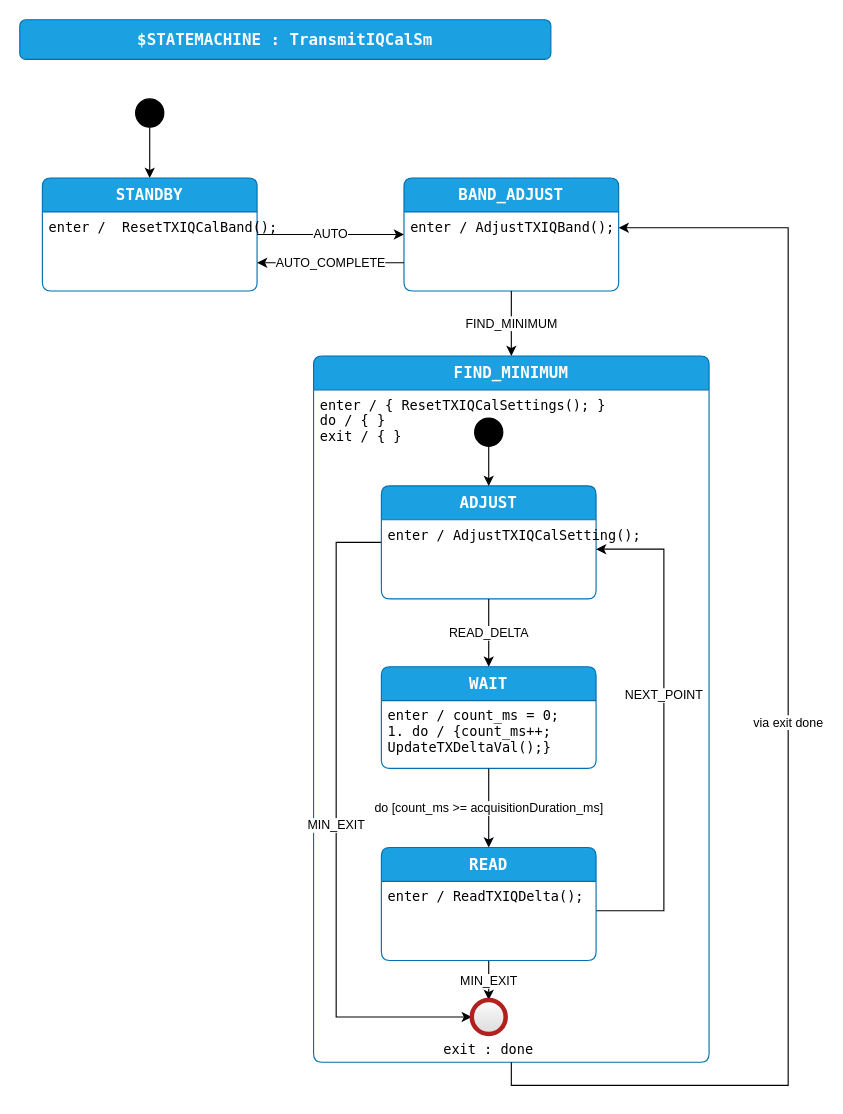
The draw.io diagram page "design" (1 of 3) of code/src/PhoenixSketch/TransmitIQCalSm.drawio in KI3P/Phoenix, before the edit. Source tidied: cells renumbered, new cells numbered last; positions are measured from the earlier drawing's top-left corner, leaving out a move shared by most shapes. Both pictures are drawn from the tidied source at 113%, with x=0, y=0 at pixel (19, 19).
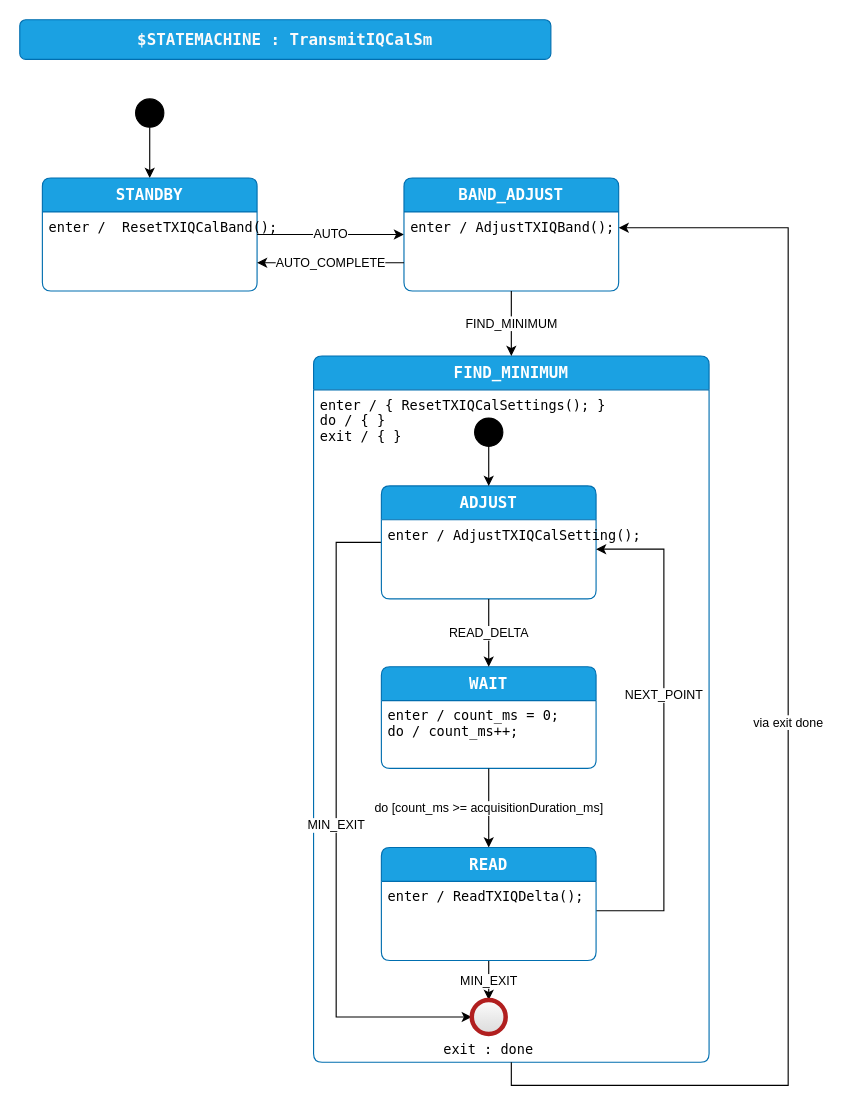
Above is the later version.

Unchanged cells that the change refers to:
```xml
<mxCell id="10" value="WAIT" style="shape=swimlane;align=center;verticalAlign=top;fontFamily=Lucida Console;startSize=30;fontSize=14;fontStyle=1;fontColor=#ffffff;fillColor=#1ba1e2;swimlaneFillColor=default;rounded=1;arcSize=15;absoluteArcSize=1;points=[[0,0,0,0,0],[0,0.06,0,0,0],[0,0.13,0,0,0],[0,0.19,0,0,0],[0,0.25,0,0,0],[0,0.31,0,0,0],[0,0.38,0,0,0],[0,0.44,0,0,0],[0,0.5,0,0,0],[0,0.56,0,0,0],[0,0.63,0,0,0],[0,0.69,0,0,0],[0,0.75,0,0,0],[0,0.81,0,0,0],[0,0.88,0,0,0],[0,0.94,0,0,0],[0,1,0,0,0],[0.06,0,0,0,0],[0.06,1,0,0,0],[0.13,0,0,0,0],[0.13,1,0,0,0],[0.19,0,0,0,0],[0.19,1,0,0,0],[0.25,0,0,0,0],[0.25,1,0,0,0],[0.31,0,0,0,0],[0.31,1,0,0,0],[0.38,0,0,0,0],[0.38,1,0,0,0],[0.44,0,0,0,0],[0.44,1,0,0,0],[0.5,0,0,0,0],[0.5,1,0,0,0],[0.56,0,0,0,0],[0.56,1,0,0,0],[0.63,0,0,0,0],[0.63,1,0,0,0],[0.69,0,0,0,0],[0.69,1,0,0,0],[0.75,0,0,0,0],[0.75,1,0,0,0],[0.81,0,0,0,0],[0.81,1,0,0,0],[0.88,0,0,0,0],[0.88,1,0,0,0],[0.94,0,0,0,0],[0.94,1,0,0,0],[1,0,0,0,0],[1,0.06,0,0,0],[1,0.13,0,0,0],[1,0.19,0,0,0],[1,0.25,0,0,0],[1,0.31,0,0,0],[1,0.38,0,0,0],[1,0.44,0,0,0],[1,0.5,0,0,0],[1,0.56,0,0,0],[1,0.63,0,0,0],[1,0.69,0,0,0],[1,0.75,0,0,0],[1,0.81,0,0,0],[1,0.88,0,0,0],[1,0.94,0,0,0],[1,1,0,0,0]];strokeColor=#006EAF;" parent="8" vertex="1">
  <mxGeometry x="60" y="275" width="190" height="90" as="geometry" />
</mxCell>
```

Change to the diagram source:
```diff
@@
-    <mxCell id="11" value="enter / count_ms = 0; &#10;1. do / {count_ms++;&#10;UpdateTXDeltaVal();}" style="fontFamily=Lucida Console;align=left;verticalAlign=top;fillColor=none;gradientColor=none;strokeColor=none;rounded=0;spacingLeft=4;" parent="10" vertex="1">
-      <mxGeometry y="30" width="140" height="60" as="geometry" />
+    <mxCell id="11" value="enter / count_ms = 0; &#10;do / count_ms++;" style="fontFamily=Lucida Console;align=left;verticalAlign=top;fillColor=none;gradientColor=none;strokeColor=none;rounded=0;spacingLeft=4;" parent="10" vertex="1">
+      <mxGeometry y="30" width="130" height="40" as="geometry" />
     </mxCell>
```
